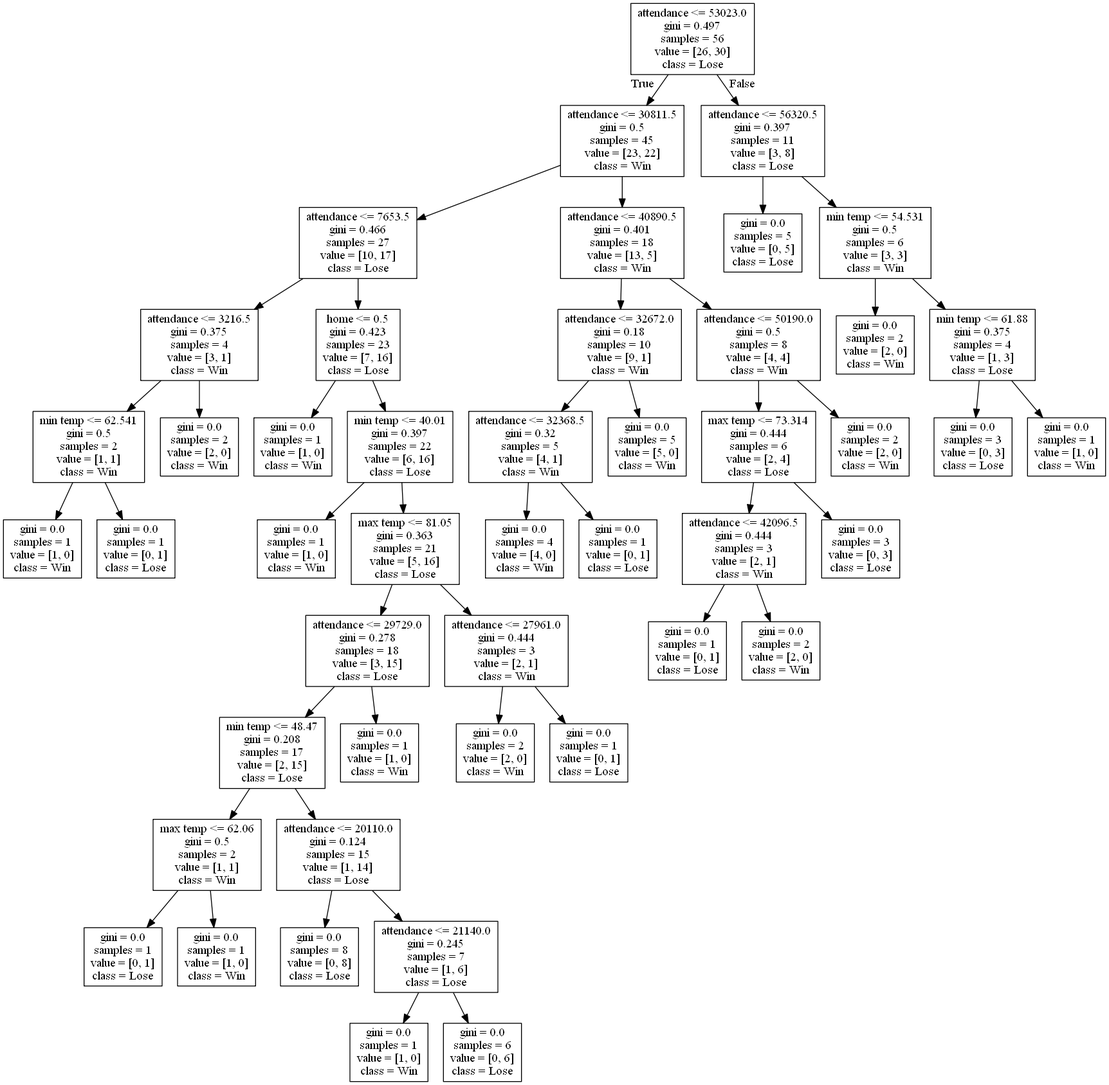
Before: DecisionTrees/decision_tree_no_score10.png, a diagram exported from Graphviz (alexana-steck/CSE482Project). Its source is kept beside it as DecisionTrees/decision_tree_no_score10.dot.
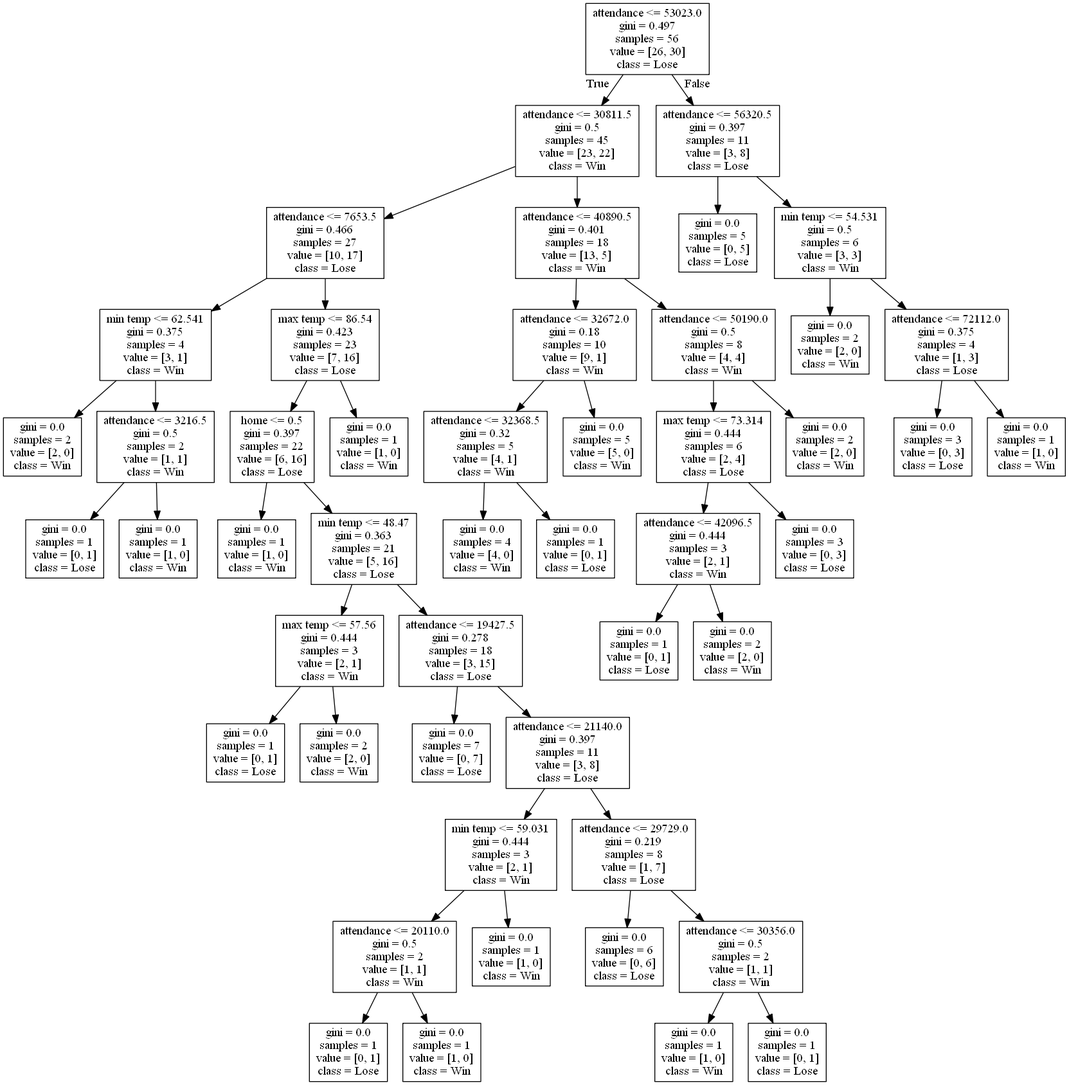
After the commit.

Change to the diagram source:
```diff
@@ -5,92 +5,96 @@
 0 -> 1 [labeldistance=2.5, labelangle=45, headlabel="True"] ;
 2 [label="attendance <= 7653.5\ngini = 0.466\nsamples = 27\nvalue = [10, 17]\nclass = Lose"] ;
 1 -> 2 ;
-3 [label="attendance <= 3216.5\ngini = 0.375\nsamples = 4\nvalue = [3, 1]\nclass = Win"] ;
+3 [label="min temp <= 62.541\ngini = 0.375\nsamples = 4\nvalue = [3, 1]\nclass = Win"] ;
 2 -> 3 ;
-4 [label="min temp <= 62.541\ngini = 0.5\nsamples = 2\nvalue = [1, 1]\nclass = Win"] ;
+4 [label="gini = 0.0\nsamples = 2\nvalue = [2, 0]\nclass = Win"] ;
 3 -> 4 ;
-5 [label="gini = 0.0\nsamples = 1\nvalue = [1, 0]\nclass = Win"] ;
-4 -> 5 ;
+5 [label="attendance <= 3216.5\ngini = 0.5\nsamples = 2\nvalue = [1, 1]\nclass = Win"] ;
+3 -> 5 ;
 6 [label="gini = 0.0\nsamples = 1\nvalue = [0, 1]\nclass = Lose"] ;
-4 -> 6 ;
-7 [label="gini = 0.0\nsamples = 2\nvalue = [2, 0]\nclass = Win"] ;
-3 -> 7 ;
-8 [label="home <= 0.5\ngini = 0.423\nsamples = 23\nvalue = [7, 16]\nclass = Lose"] ;
+5 -> 6 ;
+7 [label="gini = 0.0\nsamples = 1\nvalue = [1, 0]\nclass = Win"] ;
+5 -> 7 ;
+8 [label="max temp <= 86.54\ngini = 0.423\nsamples = 23\nvalue = [7, 16]\nclass = Lose"] ;
 2 -> 8 ;
-9 [label="gini = 0.0\nsamples = 1\nvalue = [1, 0]\nclass = Win"] ;
+9 [label="home <= 0.5\ngini = 0.397\nsamples = 22\nvalue = [6, 16]\nclass = Lose"] ;
 8 -> 9 ;
-10 [label="min temp <= 40.01\ngini = 0.397\nsamples = 22\nvalue = [6, 16]\nclass = Lose"] ;
-8 -> 10 ;
-11 [label="gini = 0.0\nsamples = 1\nvalue = [1, 0]\nclass = Win"] ;
-10 -> 11 ;
-12 [label="max temp <= 81.05\ngini = 0.363\nsamples = 21\nvalue = [5, 16]\nclass = Lose"] ;
-10 -> 12 ;
-13 [label="attendance <= 29729.0\ngini = 0.278\nsamples = 18\nvalue = [3, 15]\nclass = Lose"] ;
+10 [label="gini = 0.0\nsamples = 1\nvalue = [1, 0]\nclass = Win"] ;
+9 -> 10 ;
+11 [label="min temp <= 48.47\ngini = 0.363\nsamples = 21\nvalue = [5, 16]\nclass = Lose"] ;
+9 -> 11 ;
+12 [label="max temp <= 57.56\ngini = 0.444\nsamples = 3\nvalue = [2, 1]\nclass = Win"] ;
+11 -> 12 ;
+13 [label="gini = 0.0\nsamples = 1\nvalue = [0, 1]\nclass = Lose"] ;
 12 -> 13 ;
-14 [label="min temp <= 48.47\ngini = 0.208\nsamples = 17\nvalue = [2, 15]\nclass = Lose"] ;
-13 -> 14 ;
-15 [label="max temp <= 62.06\ngini = 0.5\nsamples = 2\nvalue = [1, 1]\nclass = Win"] ;
-14 -> 15 ;
-16 [label="gini = 0.0\nsamples = 1\nvalue = [0, 1]\nclass = Lose"] ;
+14 [label="gini = 0.0\nsamples = 2\nvalue = [2, 0]\nclass = Win"] ;
+12 -> 14 ;
+15 [label="attendance <= 19427.5\ngini = 0.278\nsamples = 18\nvalue = [3, 15]\nclass = Lose"] ;
+11 -> 15 ;
+16 [label="gini = 0.0\nsamples = 7\nvalue = [0, 7]\nclass = Lose"] ;
 15 -> 16 ;
-17 [label="gini = 0.0\nsamples = 1\nvalue = [1, 0]\nclass = Win"] ;
+17 [label="attendance <= 21140.0\ngini = 0.397\nsamples = 11\nvalue = [3, 8]\nclass = Lose"] ;
 15 -> 17 ;
-18 [label="attendance <= 20110.0\ngini = 0.124\nsamples = 15\nvalue = [1, 14]\nclass = Lose"] ;
-14 -> 18 ;
-19 [label="gini = 0.0\nsamples = 8\nvalue = [0, 8]\nclass = Lose"] ;
+18 [label="min temp <= 59.031\ngini = 0.444\nsamples = 3\nvalue = [2, 1]\nclass = Win"] ;
+17 -> 18 ;
+19 [label="attendance <= 20110.0\ngini = 0.5\nsamples = 2\nvalue = [1, 1]\nclass = Win"] ;
 18 -> 19 ;
-20 [label="attendance <= 21140.0\ngini = 0.245\nsamples = 7\nvalue = [1, 6]\nclass = Lose"] ;
-18 -> 20 ;
+20 [label="gini = 0.0\nsamples = 1\nvalue = [0, 1]\nclass = Lose"] ;
+19 -> 20 ;
 21 [label="gini = 0.0\nsamples = 1\nvalue = [1, 0]\nclass = Win"] ;
-20 -> 21 ;
-22 [label="gini = 0.0\nsamples = 6\nvalue = [0, 6]\nclass = Lose"] ;
-20 -> 22 ;
-23 [label="gini = 0.0\nsamples = 1\nvalue = [1, 0]\nclass = Win"] ;
-13 -> 23 ;
-24 [label="attendance <= 27961.0\ngini = 0.444\nsamples = 3\nvalue = [2, 1]\nclass = Win"] ;
-12 -> 24 ;
-25 [label="gini = 0.0\nsamples = 2\nvalue = [2, 0]\nclass = Win"] ;
-24 -> 25 ;
-26 [label="gini = 0.0\nsamples = 1\nvalue = [0, 1]\nclass = Lose"] ;
-24 -> 26 ;
-27 [label="attendance <= 40890.5\ngini = 0.401\nsamples = 18\nvalue = [13, 5]\nclass = Win"] ;
-1 -> 27 ;
-28 [label="attendance <= 32672.0\ngini = 0.18\nsamples = 10\nvalue = [9, 1]\nclass = Win"] ;
-27 -> 28 ;
-29 [label="attendance <= 32368.5\ngini = 0.32\nsamples = 5\nvalue = [4, 1]\nclass = Win"] ;
-28 -> 29 ;
-30 [label="gini = 0.0\nsamples = 4\nvalue = [4, 0]\nclass = Win"] ;
+19 -> 21 ;
+22 [label="gini = 0.0\nsamples = 1\nvalue = [1, 0]\nclass = Win"] ;
+18 -> 22 ;
+23 [label="attendance <= 29729.0\ngini = 0.219\nsamples = 8\nvalue = [1, 7]\nclass = Lose"] ;
+17 -> 23 ;
+24 [label="gini = 0.0\nsamples = 6\nvalue = [0, 6]\nclass = Lose"] ;
+23 -> 24 ;
+25 [label="attendance <= 30356.0\ngini = 0.5\nsamples = 2\nvalue = [1, 1]\nclass = Win"] ;
+23 -> 25 ;
+26 [label="gini = 0.0\nsamples = 1\nvalue = [1, 0]\nclass = Win"] ;
+25 -> 26 ;
+27 [label="gini = 0.0\nsamples = 1\nvalue = [0, 1]\nclass = Lose"] ;
+25 -> 27 ;
+28 [label="gini = 0.0\nsamples = 1\nvalue = [1, 0]\nclass = Win"] ;
+8 -> 28 ;
+29 [label="attendance <= 40890.5\ngini = 0.401\nsamples = 18\nvalue = [13, 5]\nclass = Win"] ;
+1 -> 29 ;
+30 [label="attendance <= 32672.0\ngini = 0.18\nsamples = 10\nvalue = [9, 1]\nclass = Win"] ;
 29 -> 30 ;
-31 [label="gini = 0.0\nsamples = 1\nvalue = [0, 1]\nclass = Lose"] ;
-29 -> 31 ;
-32 [label="gini = 0.0\nsamples = 5\nvalue = [5, 0]\nclass = Win"] ;
-28 -> 32 ;
-33 [label="attendance <= 50190.0\ngini = 0.5\nsamples = 8\nvalue = [4, 4]\nclass = Win"] ;
-27 -> 33 ;
-34 [label="max temp <= 73.314\ngini = 0.444\nsamples = 6\nvalue = [2, 4]\nclass = Lose"] ;
-33 -> 34 ;
-35 [label="attendance <= 42096.5\ngini = 0.444\nsamples = 3\nvalue = [2, 1]\nclass = Win"] ;
-34 -> 35 ;
-36 [label="gini = 0.0\nsamples = 1\nvalue = [0, 1]\nclass = Lose"] ;
+31 [label="attendance <= 32368.5\ngini = 0.32\nsamples = 5\nvalue = [4, 1]\nclass = Win"] ;
+30 -> 31 ;
+32 [label="gini = 0.0\nsamples = 4\nvalue = [4, 0]\nclass = Win"] ;
+31 -> 32 ;
+33 [label="gini = 0.0\nsamples = 1\nvalue = [0, 1]\nclass = Lose"] ;
+31 -> 33 ;
+34 [label="gini = 0.0\nsamples = 5\nvalue = [5, 0]\nclass = Win"] ;
+30 -> 34 ;
+35 [label="attendance <= 50190.0\ngini = 0.5\nsamples = 8\nvalue = [4, 4]\nclass = Win"] ;
+29 -> 35 ;
+36 [label="max temp <= 73.314\ngini = 0.444\nsamples = 6\nvalue = [2, 4]\nclass = Lose"] ;
 35 -> 36 ;
-37 [label="gini = 0.0\nsamples = 2\nvalue = [2, 0]\nclass = Win"] ;
-35 -> 37 ;
-38 [label="gini = 0.0\nsamples = 3\nvalue = [0, 3]\nclass = Lose"] ;
-34 -> 38 ;
+37 [label="attendance <= 42096.5\ngini = 0.444\nsamples = 3\nvalue = [2, 1]\nclass = Win"] ;
+36 -> 37 ;
+38 [label="gini = 0.0\nsamples = 1\nvalue = [0, 1]\nclass = Lose"] ;
+37 -> 38 ;
 39 [label="gini = 0.0\nsamples = 2\nvalue = [2, 0]\nclass = Win"] ;
-33 -> 39 ;
-40 [label="attendance <= 56320.5\ngini = 0.397\nsamples = 11\nvalue = [3, 8]\nclass = Lose"] ;
-0 -> 40 [labeldistance=2.5, labelangle=-45, headlabel="False"] ;
-41 [label="gini = 0.0\nsamples = 5\nvalue = [0, 5]\nclass = Lose"] ;
-40 -> 41 ;
-42 [label="min temp <= 54.531\ngini = 0.5\nsamples = 6\nvalue = [3, 3]\nclass = Win"] ;
-40 -> 42 ;
-43 [label="gini = 0.0\nsamples = 2\nvalue = [2, 0]\nclass = Win"] ;
+37 -> 39 ;
+40 [label="gini = 0.0\nsamples = 3\nvalue = [0, 3]\nclass = Lose"] ;
+36 -> 40 ;
+41 [label="gini = 0.0\nsamples = 2\nvalue = [2, 0]\nclass = Win"] ;
+35 -> 41 ;
+42 [label="attendance <= 56320.5\ngini = 0.397\nsamples = 11\nvalue = [3, 8]\nclass = Lose"] ;
+0 -> 42 [labeldistance=2.5, labelangle=-45, headlabel="False"] ;
+43 [label="gini = 0.0\nsamples = 5\nvalue = [0, 5]\nclass = Lose"] ;
 42 -> 43 ;
-44 [label="min temp <= 61.88\ngini = 0.375\nsamples = 4\nvalue = [1, 3]\nclass = Lose"] ;
+44 [label="min temp <= 54.531\ngini = 0.5\nsamples = 6\nvalue = [3, 3]\nclass = Win"] ;
 42 -> 44 ;
-45 [label="gini = 0.0\nsamples = 3\nvalue = [0, 3]\nclass = Lose"] ;
+45 [label="gini = 0.0\nsamples = 2\nvalue = [2, 0]\nclass = Win"] ;
 44 -> 45 ;
-46 [label="gini = 0.0\nsamples = 1\nvalue = [1, 0]\nclass = Win"] ;
+46 [label="attendance <= 72112.0\ngini = 0.375\nsamples = 4\nvalue = [1, 3]\nclass = Lose"] ;
 44 -> 46 ;
+47 [label="gini = 0.0\nsamples = 3\nvalue = [0, 3]\nclass = Lose"] ;
+46 -> 47 ;
+48 [label="gini = 0.0\nsamples = 1\nvalue = [1, 0]\nclass = Win"] ;
+46 -> 48 ;
 }
```
